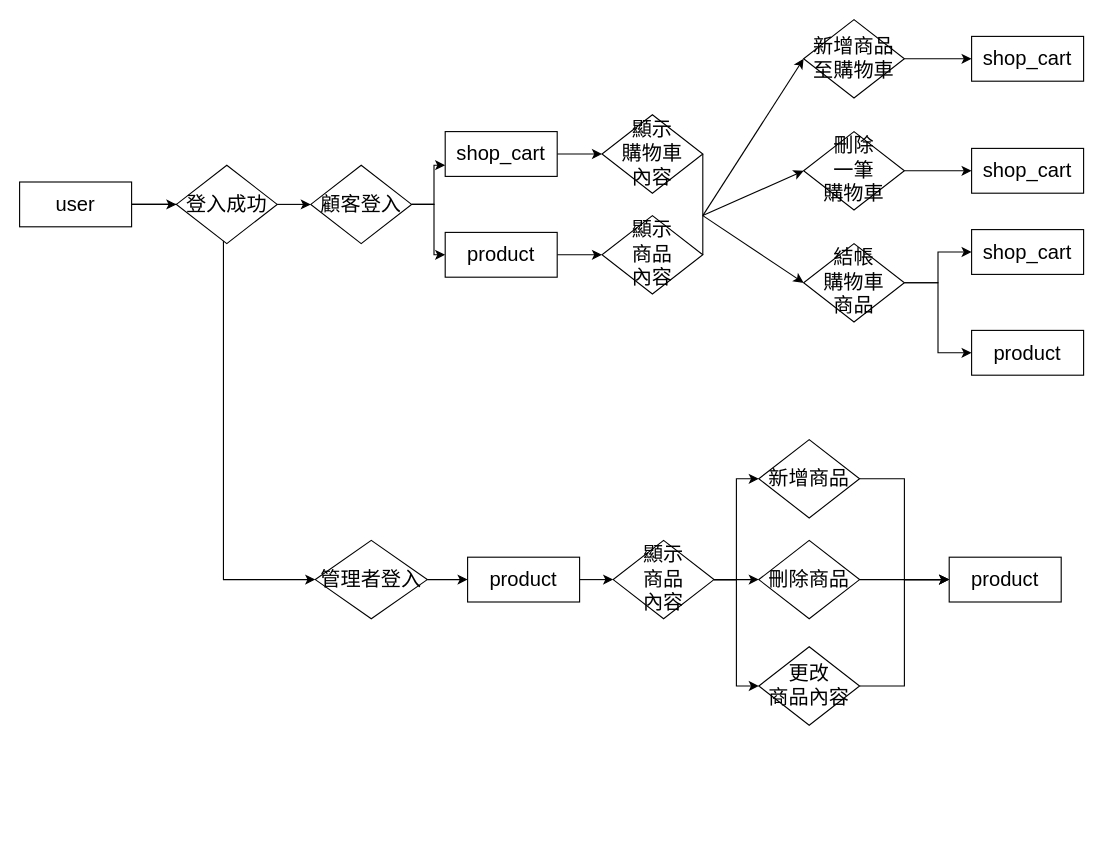
Above: shop_cart_diagram.drawio in tommygood/shopping-cart (draw.io), before the change. Source tidied: cells renumbered, new cells numbered last; positions are measured from the earlier drawing's top-left corner, leaving out a move shared by most shapes. Both pictures are drawn from the tidied source at 112%, with x=0, y=0 at pixel (19, 19).
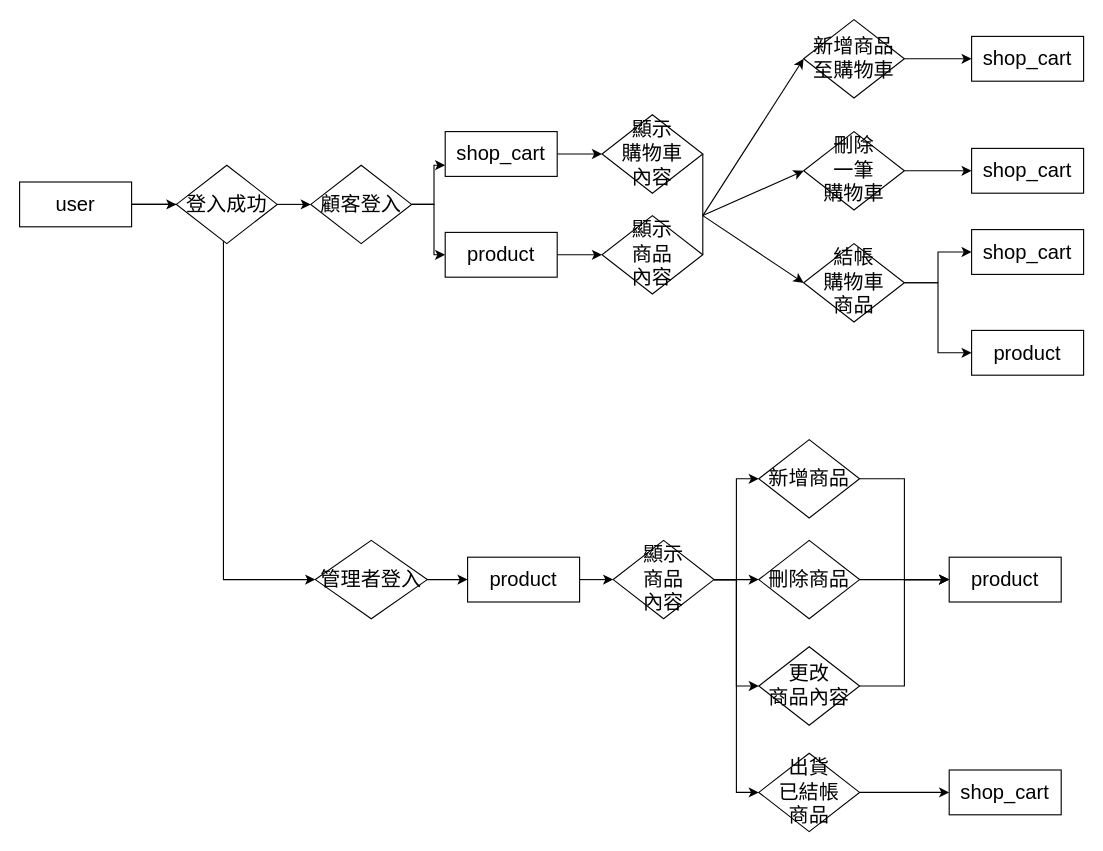
The same diagram, later.

Commit message:
diagram update manager deliver

Unchanged cells that the change refers to:
```xml
<mxCell id="34" value="顯示&lt;br&gt;商品&lt;br&gt;內容" style="rhombus;whiteSpace=wrap;html=1;fontSize=18;" parent="1" vertex="1">
  <mxGeometry x="530" y="465" width="90" height="70" as="geometry" />
</mxCell>
```

What changed in the source:
```diff
@@
+    <mxCell id="46" style="edgeStyle=orthogonalEdgeStyle;rounded=0;jettySize=auto;html=1;exitX=1;exitY=0.5;exitDx=0;exitDy=0;entryX=0;entryY=0.5;entryDx=0;entryDy=0;" parent="1" edge="1" source="34" target="48">
+      <mxGeometry relative="1" as="geometry" />
+    </mxCell>
@@
+    <mxCell id="47" style="edgeStyle=orthogonalEdgeStyle;rounded=0;jettySize=auto;html=1;exitX=1;exitY=0.5;exitDx=0;exitDy=0;" parent="1" edge="1" source="48" target="49">
+      <mxGeometry relative="1" as="geometry" />
+    </mxCell>
+    <mxCell id="48" value="出貨&lt;br&gt;已結帳&lt;br&gt;商品" style="rhombus;whiteSpace=wrap;html=1;fontSize=18;" parent="1" vertex="1">
+      <mxGeometry x="660" y="655" width="90" height="70" as="geometry" />
+    </mxCell>
+    <mxCell id="49" value="&lt;span style=&quot;font-size: 18px;&quot;&gt;shop_cart&lt;/span&gt;" style="rounded=0;whiteSpace=wrap;html=1;" parent="1" vertex="1">
+      <mxGeometry x="830" y="670" width="100" height="40" as="geometry" />
+    </mxCell>
```
